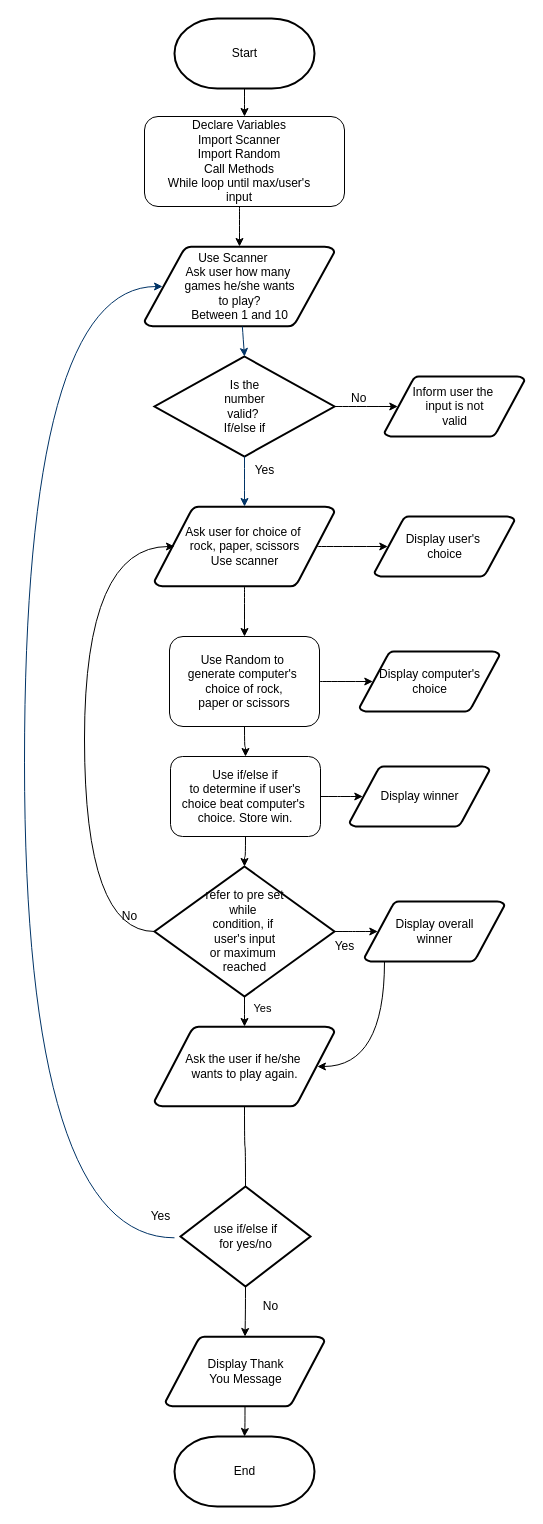
This is FlowChart.drawio from Shamsah-coder/Shamsah-coder, a draw.io file, before an edit. Source tidied: cells renumbered, new cells numbered last; positions are measured from the earlier drawing's top-left corner, leaving out a move shared by most shapes. Both pictures are drawn from the tidied source at 100%, with x=0, y=0 at pixel (24, 18).
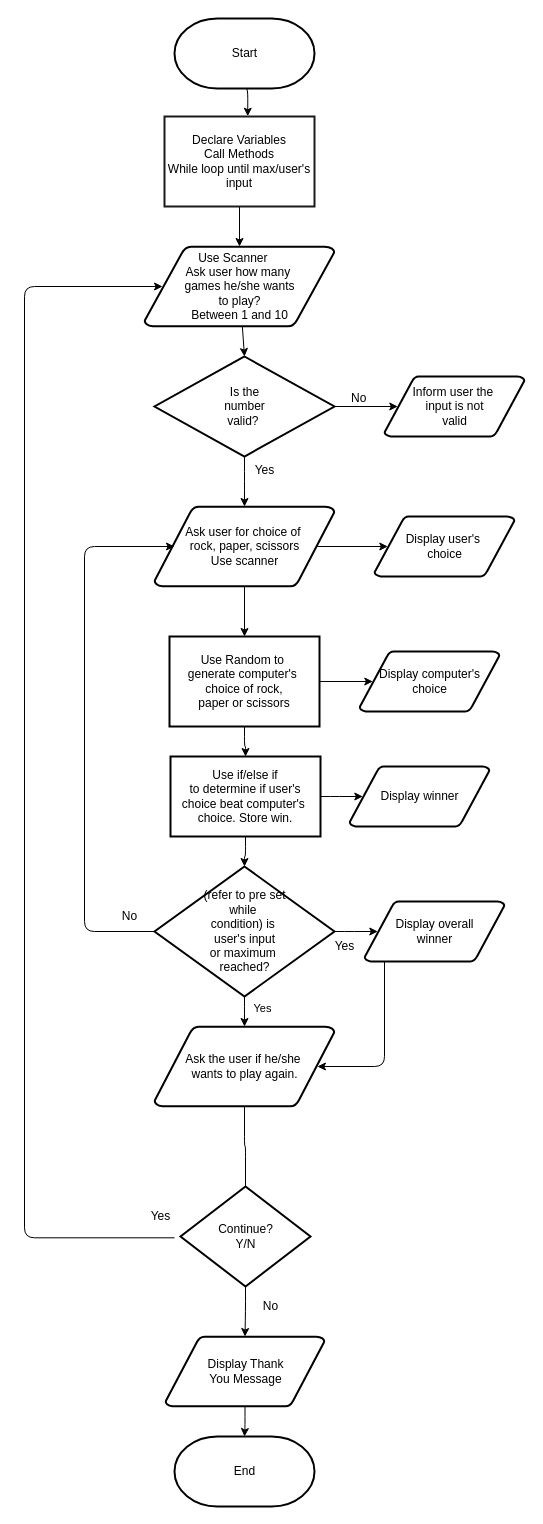
The same page after the edit.

What changed in the source:
```diff
@@
-    <mxCell id="2" style="edgeStyle=orthogonalEdgeStyle;jettySize=auto;html=1;exitX=0.5;exitY=1;exitDx=0;exitDy=0;exitPerimeter=0;curved=1;" parent="1" edge="1" source="3" target="16">
-      <mxGeometry relative="1" as="geometry" />
-    </mxCell>
+    <mxCell id="47" style="edgeStyle=orthogonalEdgeStyle;curved=0;rounded=1;sketch=0;jettySize=auto;html=1;exitX=0.5;exitY=1;exitDx=0;exitDy=0;exitPerimeter=0;entryX=0.555;entryY=-0.003;entryDx=0;entryDy=0;entryPerimeter=0;" parent="1" edge="1" source="3" target="18">
+      <mxGeometry relative="1" as="geometry" />
+    </mxCell>
-    <mxCell id="3" value="Start" style="shape=mxgraph.flowchart.terminator;strokeWidth=2;gradientColor=none;gradientDirection=north;fontStyle=0;html=1;rounded=1;" parent="1" vertex="1">
+    <mxCell id="3" value="Start" style="shape=mxgraph.flowchart.terminator;strokeWidth=2;gradientDirection=north;fontStyle=0;html=1;" parent="1" vertex="1">
       <mxGeometry x="150" width="140" height="70" as="geometry" />
     </mxCell>
-    <mxCell id="4" style="edgeStyle=orthogonalEdgeStyle;jettySize=auto;html=1;curved=1;" parent="1" edge="1" source="6" target="21">
+    <mxCell id="4" style="edgeStyle=orthogonalEdgeStyle;jettySize=auto;html=1;" parent="1" edge="1" source="6" target="21">
       <mxGeometry relative="1" as="geometry" />
     </mxCell>
-    <mxCell id="5" style="edgeStyle=orthogonalEdgeStyle;jettySize=auto;html=1;exitX=0.905;exitY=0.5;exitDx=0;exitDy=0;exitPerimeter=0;entryX=0.095;entryY=0.5;entryDx=0;entryDy=0;entryPerimeter=0;curved=1;" parent="1" edge="1" source="6" target="22">
+    <mxCell id="5" style="edgeStyle=orthogonalEdgeStyle;jettySize=auto;html=1;exitX=0.905;exitY=0.5;exitDx=0;exitDy=0;exitPerimeter=0;entryX=0.095;entryY=0.5;entryDx=0;entryDy=0;entryPerimeter=0;" parent="1" edge="1" source="6" target="22">
       <mxGeometry relative="1" as="geometry" />
     </mxCell>
-    <mxCell id="6" value="Ask user for choice of&amp;nbsp;&lt;br&gt;rock, paper, scissors&lt;br&gt;Use scanner" style="shape=mxgraph.flowchart.data;strokeWidth=2;gradientColor=none;gradientDirection=north;fontStyle=0;html=1;rounded=1;" parent="1" vertex="1">
+    <mxCell id="6" value="Ask user for choice of&amp;nbsp;&lt;br&gt;rock, paper, scissors&lt;br&gt;Use scanner" style="shape=mxgraph.flowchart.data;strokeWidth=2;gradientDirection=north;fontStyle=0;html=1;" parent="1" vertex="1">
       <mxGeometry x="130" y="488" width="180" height="80" as="geometry" />
     </mxCell>
-    <mxCell id="7" value="Use Scanner&amp;nbsp; &amp;nbsp;&amp;nbsp;&lt;br&gt;Ask user how many&amp;nbsp;&lt;br&gt;games he/she wants&lt;br&gt;to play?&lt;br&gt;Between 1 and 10" style="shape=mxgraph.flowchart.data;strokeWidth=2;gradientColor=none;gradientDirection=north;fontStyle=0;html=1;rounded=1;" parent="1" vertex="1">
+    <mxCell id="7" value="Use Scanner&amp;nbsp; &amp;nbsp;&amp;nbsp;&lt;br&gt;Ask user how many&amp;nbsp;&lt;br&gt;games he/she wants&lt;br&gt;to play?&lt;br&gt;Between 1 and 10" style="shape=mxgraph.flowchart.data;strokeWidth=2;gradientDirection=north;fontStyle=0;html=1;" parent="1" vertex="1">
       <mxGeometry x="120" y="228" width="190" height="80" as="geometry" />
     </mxCell>
-    <mxCell id="8" style="edgeStyle=orthogonalEdgeStyle;curved=1;rounded=0;jettySize=auto;html=1;entryX=0.095;entryY=0.5;entryDx=0;entryDy=0;entryPerimeter=0;" parent="1" edge="1" source="9" target="42">
+    <mxCell id="8" style="edgeStyle=orthogonalEdgeStyle;jettySize=auto;html=1;entryX=0.095;entryY=0.5;entryDx=0;entryDy=0;entryPerimeter=0;" parent="1" edge="1" source="9" target="42">
       <mxGeometry relative="1" as="geometry" />
     </mxCell>
-    <mxCell id="9" value="Is the &lt;br&gt;number&lt;br&gt;valid?&amp;nbsp;&lt;br&gt;If/else if" style="shape=mxgraph.flowchart.decision;strokeWidth=2;gradientColor=none;gradientDirection=north;fontStyle=0;html=1;rounded=1;" parent="1" vertex="1">
+    <mxCell id="9" value="Is the &lt;br&gt;number&lt;br&gt;valid?&amp;nbsp;&lt;br&gt;" style="shape=mxgraph.flowchart.decision;strokeWidth=2;gradientDirection=north;fontStyle=0;html=1;" parent="1" vertex="1">
       <mxGeometry x="130" y="338" width="180" height="100" as="geometry" />
     </mxCell>
-    <mxCell id="10" style="entryX=0.5;entryY=0;entryPerimeter=0;fontStyle=1;strokeColor=#003366;strokeWidth=1;html=1;curved=1;" parent="1" edge="1" source="7" target="9">
+    <mxCell id="10" style="entryX=0.5;entryY=0;entryPerimeter=0;fontStyle=1;strokeWidth=1;html=1;" parent="1" edge="1" source="7" target="9">
       <mxGeometry relative="1" as="geometry" />
     </mxCell>
-    <mxCell id="11" value="No" style="text;fontStyle=0;html=1;strokeColor=none;gradientColor=none;fillColor=none;strokeWidth=2;rounded=1;" parent="1" vertex="1">
+    <mxCell id="11" value="No" style="text;fontStyle=0;html=1;strokeColor=none;fillColor=none;strokeWidth=2;" parent="1" vertex="1">
       <mxGeometry x="325" y="366" width="40" height="26" as="geometry" />
     </mxCell>
-    <mxCell id="12" style="edgeStyle=elbowEdgeStyle;elbow=horizontal;fontColor=#001933;fontStyle=1;strokeColor=#003366;strokeWidth=1;html=1;curved=1;" parent="1" edge="1" source="9" target="6">
+    <mxCell id="12" style="edgeStyle=elbowEdgeStyle;elbow=horizontal;fontStyle=1;strokeWidth=1;html=1;" parent="1" edge="1" source="9" target="6">
       <mxGeometry as="geometry" />
     </mxCell>
-    <mxCell id="13" value="Yes" style="text;fontStyle=0;html=1;strokeColor=none;gradientColor=none;fillColor=none;strokeWidth=2;align=center;rounded=1;" parent="1" vertex="1">
+    <mxCell id="13" value="Yes" style="text;fontStyle=0;html=1;strokeColor=none;fillColor=none;strokeWidth=2;align=center;" parent="1" vertex="1">
       <mxGeometry x="220" y="438" width="40" height="26" as="geometry" />
     </mxCell>
-    <mxCell id="14" style="edgeStyle=orthogonalEdgeStyle;curved=1;rounded=0;jettySize=auto;html=1;" parent="1" edge="1" source="44" target="43">
+    <mxCell id="14" style="edgeStyle=orthogonalEdgeStyle;jettySize=auto;html=1;" parent="1" edge="1" source="44" target="43">
       <mxGeometry relative="1" as="geometry" />
     </mxCell>
-    <mxCell id="15" style="edgeStyle=elbowEdgeStyle;elbow=horizontal;entryX=0.095;entryY=0.5;entryPerimeter=0;fontStyle=1;strokeColor=#003366;strokeWidth=1;html=1;curved=1;" parent="1" edge="1" target="7">
+    <mxCell id="15" style="edgeStyle=elbowEdgeStyle;elbow=horizontal;entryX=0.095;entryY=0.5;entryPerimeter=0;fontStyle=1;strokeWidth=1;html=1;" parent="1" edge="1" target="7">
       <mxGeometry as="geometry">
         <mxPoint x="150" y="1219.3" as="sourcePoint" />
         <Array as="points">
           <mxPoint y="728" />
         </Array>
       </mxGeometry>
     </mxCell>
-    <mxCell id="16" style="whiteSpace=wrap;html=1;rounded=1;" parent="1" vertex="1">
-      <mxGeometry x="120" y="98" width="200" height="90" as="geometry" />
-    </mxCell>
-    <mxCell id="17" style="edgeStyle=orthogonalEdgeStyle;jettySize=auto;html=1;curved=1;" parent="1" edge="1" source="18" target="7">
+    <mxCell id="17" style="edgeStyle=orthogonalEdgeStyle;jettySize=auto;html=1;" parent="1" edge="1" source="18" target="7">
       <mxGeometry relative="1" as="geometry" />
     </mxCell>
-    <mxCell id="18" value="Declare Variables&lt;br&gt;Import Scanner&lt;br&gt;Import Random&lt;br&gt;Call Methods&lt;br&gt;While loop until max/user's&lt;br&gt;input" style="text;html=1;strokeColor=none;fillColor=none;align=center;verticalAlign=middle;whiteSpace=wrap;rounded=1;" parent="1" vertex="1">
+    <mxCell id="18" value="Declare Variables&lt;br&gt;Call Methods&lt;br&gt;While loop until max/user's&lt;br&gt;input" style="text;html=1;align=center;verticalAlign=middle;whiteSpace=wrap;strokeWidth=2;strokeColor=#1A1A1A;" parent="1" vertex="1">
       <mxGeometry x="140" y="98" width="150" height="90" as="geometry" />
     </mxCell>
-    <mxCell id="19" style="edgeStyle=orthogonalEdgeStyle;jettySize=auto;html=1;entryX=0.095;entryY=0.5;entryDx=0;entryDy=0;entryPerimeter=0;curved=1;" parent="1" edge="1" source="21" target="23">
+    <mxCell id="19" style="edgeStyle=orthogonalEdgeStyle;jettySize=auto;html=1;entryX=0.095;entryY=0.5;entryDx=0;entryDy=0;entryPerimeter=0;" parent="1" edge="1" source="21" target="23">
       <mxGeometry relative="1" as="geometry" />
     </mxCell>
-    <mxCell id="20" style="edgeStyle=orthogonalEdgeStyle;jettySize=auto;html=1;curved=1;" parent="1" edge="1" source="21" target="26">
+    <mxCell id="20" style="edgeStyle=orthogonalEdgeStyle;jettySize=auto;html=1;" parent="1" edge="1" source="21" target="26">
       <mxGeometry relative="1" as="geometry" />
     </mxCell>
-    <mxCell id="21" value="Use Random to&amp;nbsp;&lt;br&gt;generate computer's&amp;nbsp;&lt;br&gt;choice of rock,&lt;br&gt;paper or scissors" style="whiteSpace=wrap;html=1;rounded=1;" parent="1" vertex="1">
+    <mxCell id="21" value="Use Random to&amp;nbsp;&lt;br&gt;generate computer's&amp;nbsp;&lt;br&gt;choice of rock,&lt;br&gt;paper or scissors" style="whiteSpace=wrap;html=1;strokeWidth=2;" parent="1" vertex="1">
       <mxGeometry x="145" y="618" width="150" height="90" as="geometry" />
     </mxCell>
-    <mxCell id="22" value="Display user's&amp;nbsp;&lt;br&gt;choice" style="shape=mxgraph.flowchart.data;strokeWidth=2;gradientColor=none;gradientDirection=north;fontStyle=0;html=1;rounded=1;" parent="1" vertex="1">
+    <mxCell id="22" value="Display user's&amp;nbsp;&lt;br&gt;choice" style="shape=mxgraph.flowchart.data;strokeWidth=2;gradientDirection=north;fontStyle=0;html=1;" parent="1" vertex="1">
       <mxGeometry x="350" y="498" width="140" height="60" as="geometry" />
     </mxCell>
-    <mxCell id="23" value="Display computer's&lt;br&gt;choice" style="shape=mxgraph.flowchart.data;strokeWidth=2;gradientColor=none;gradientDirection=north;fontStyle=0;html=1;rounded=1;" parent="1" vertex="1">
+    <mxCell id="23" value="Display computer's&lt;br&gt;choice" style="shape=mxgraph.flowchart.data;strokeWidth=2;gradientDirection=north;fontStyle=0;html=1;" parent="1" vertex="1">
       <mxGeometry x="335" y="633" width="140" height="60" as="geometry" />
     </mxCell>
-    <mxCell id="24" style="edgeStyle=orthogonalEdgeStyle;jettySize=auto;html=1;entryX=0.095;entryY=0.5;entryDx=0;entryDy=0;entryPerimeter=0;curved=1;" parent="1" edge="1" source="26" target="27">
+    <mxCell id="24" style="edgeStyle=orthogonalEdgeStyle;jettySize=auto;html=1;entryX=0.095;entryY=0.5;entryDx=0;entryDy=0;entryPerimeter=0;" parent="1" edge="1" source="26" target="27">
       <mxGeometry relative="1" as="geometry" />
     </mxCell>
-    <mxCell id="25" style="edgeStyle=orthogonalEdgeStyle;jettySize=auto;html=1;curved=1;" parent="1" edge="1" source="26" target="32">
+    <mxCell id="25" style="edgeStyle=orthogonalEdgeStyle;jettySize=auto;html=1;" parent="1" edge="1" source="26" target="32">
       <mxGeometry relative="1" as="geometry" />
     </mxCell>
-    <mxCell id="26" value="Use if/else if&lt;br&gt;to determine if user's&lt;br&gt;choice beat computer's&amp;nbsp;&lt;br&gt;choice. Store win." style="whiteSpace=wrap;html=1;rounded=1;" parent="1" vertex="1">
+    <mxCell id="26" value="Use if/else if&lt;br&gt;to determine if user's&lt;br&gt;choice beat computer's&amp;nbsp;&lt;br&gt;choice. Store win." style="whiteSpace=wrap;html=1;strokeWidth=2;" parent="1" vertex="1">
       <mxGeometry x="146" y="738" width="150" height="80" as="geometry" />
     </mxCell>
-    <mxCell id="27" value="Display winner" style="shape=mxgraph.flowchart.data;strokeWidth=2;gradientColor=none;gradientDirection=north;fontStyle=0;html=1;rounded=1;" parent="1" vertex="1">
+    <mxCell id="27" value="Display winner" style="shape=mxgraph.flowchart.data;strokeWidth=2;gradientDirection=north;fontStyle=0;html=1;" parent="1" vertex="1">
       <mxGeometry x="325" y="748" width="140" height="60" as="geometry" />
     </mxCell>
-    <mxCell id="28" style="edgeStyle=orthogonalEdgeStyle;jettySize=auto;html=1;curved=1;" parent="1" edge="1" source="32">
+    <mxCell id="28" style="edgeStyle=orthogonalEdgeStyle;jettySize=auto;html=1;" parent="1" edge="1" source="32">
       <mxGeometry relative="1" as="geometry">
         <mxPoint x="150" y="528" as="targetPoint" />
         <Array as="points">
           <mxPoint x="60" y="913" />
           <mxPoint x="60" y="528" />
         </Array>
       </mxGeometry>
     </mxCell>
-    <mxCell id="29" style="edgeStyle=orthogonalEdgeStyle;jettySize=auto;html=1;curved=1;" parent="1" edge="1" source="32" target="34">
+    <mxCell id="29" style="edgeStyle=orthogonalEdgeStyle;jettySize=auto;html=1;" parent="1" edge="1" source="32" target="34">
       <mxGeometry relative="1" as="geometry" />
     </mxCell>
-    <mxCell id="30" value="Yes" style="edgeLabel;html=1;align=center;verticalAlign=middle;rounded=1;" parent="29" vertex="1">
+    <mxCell id="30" value="Yes" style="edgeLabel;html=1;align=center;verticalAlign=middle;" parent="29" vertex="1">
       <mxGeometry x="0.24" y="17" relative="1" as="geometry" />
     </mxCell>
-    <mxCell id="31" style="edgeStyle=orthogonalEdgeStyle;jettySize=auto;html=1;entryX=0.095;entryY=0.5;entryDx=0;entryDy=0;entryPerimeter=0;curved=1;" parent="1" edge="1" source="32" target="36">
+    <mxCell id="31" style="edgeStyle=orthogonalEdgeStyle;jettySize=auto;html=1;entryX=0.095;entryY=0.5;entryDx=0;entryDy=0;entryPerimeter=0;" parent="1" edge="1" source="32" target="36">
       <mxGeometry relative="1" as="geometry" />
     </mxCell>
-    <mxCell id="32" value="refer to pre set &lt;br&gt;while&amp;nbsp;&lt;br&gt;condition, if&amp;nbsp;&lt;br&gt;user's input&lt;br&gt;or maximum&amp;nbsp;&lt;br&gt;reached" style="shape=mxgraph.flowchart.decision;strokeWidth=2;gradientColor=none;gradientDirection=north;fontStyle=0;html=1;rounded=1;" parent="1" vertex="1">
+    <mxCell id="32" value="(refer to pre set &lt;br&gt;while&amp;nbsp;&lt;br&gt;condition) is&amp;nbsp;&lt;br&gt;user's input&lt;br&gt;or maximum&amp;nbsp;&lt;br&gt;reached?" style="shape=mxgraph.flowchart.decision;strokeWidth=2;gradientDirection=north;fontStyle=0;html=1;" parent="1" vertex="1">
       <mxGeometry x="130" y="848" width="180" height="130" as="geometry" />
     </mxCell>
-    <mxCell id="33" value="No" style="text;html=1;align=center;verticalAlign=middle;strokeColor=none;rounded=1;" parent="1" vertex="1">
+    <mxCell id="33" value="No" style="text;html=1;align=center;verticalAlign=middle;strokeColor=none;" parent="1" vertex="1">
       <mxGeometry x="90" y="888" width="30" height="20" as="geometry" />
     </mxCell>
-    <mxCell id="34" value="Ask the user if he/she&amp;nbsp;&lt;br&gt;wants to play again.&lt;br&gt;" style="shape=mxgraph.flowchart.data;strokeWidth=2;gradientColor=none;gradientDirection=north;fontStyle=0;html=1;rounded=1;" parent="1" vertex="1">
+    <mxCell id="34" value="Ask the user if he/she&amp;nbsp;&lt;br&gt;wants to play again.&lt;br&gt;" style="shape=mxgraph.flowchart.data;strokeWidth=2;gradientDirection=north;fontStyle=0;html=1;" parent="1" vertex="1">
       <mxGeometry x="130" y="1008" width="180" height="80" as="geometry" />
     </mxCell>
-    <mxCell id="35" style="edgeStyle=orthogonalEdgeStyle;jettySize=auto;html=1;curved=1;entryX=0.905;entryY=0.5;entryDx=0;entryDy=0;entryPerimeter=0;" parent="1" edge="1" source="36" target="34">
+    <mxCell id="35" style="edgeStyle=orthogonalEdgeStyle;jettySize=auto;html=1;entryX=0.905;entryY=0.5;entryDx=0;entryDy=0;entryPerimeter=0;" parent="1" edge="1" source="36" target="34">
       <mxGeometry relative="1" as="geometry">
         <Array as="points">
           <mxPoint x="360" y="1048" />
         </Array>
       </mxGeometry>
     </mxCell>
-    <mxCell id="36" value="Display overall&lt;br&gt;winner" style="shape=mxgraph.flowchart.data;strokeWidth=2;gradientColor=none;gradientDirection=north;fontStyle=0;html=1;rounded=1;" parent="1" vertex="1">
+    <mxCell id="36" value="Display overall&lt;br&gt;winner" style="shape=mxgraph.flowchart.data;strokeWidth=2;gradientDirection=north;fontStyle=0;html=1;" parent="1" vertex="1">
       <mxGeometry x="340" y="883" width="140" height="60" as="geometry" />
     </mxCell>
-    <mxCell id="37" value="Yes" style="text;html=1;align=center;verticalAlign=middle;strokeColor=none;rounded=1;" parent="1" vertex="1">
+    <mxCell id="37" value="Yes" style="text;html=1;align=center;verticalAlign=middle;strokeColor=none;" parent="1" vertex="1">
       <mxGeometry x="300" y="918" width="40" height="20" as="geometry" />
     </mxCell>
-    <mxCell id="38" style="edgeStyle=orthogonalEdgeStyle;curved=1;rounded=0;jettySize=auto;html=1;" parent="1" edge="1" source="43" target="41">
+    <mxCell id="38" style="edgeStyle=orthogonalEdgeStyle;jettySize=auto;html=1;" parent="1" edge="1" source="43" target="41">
       <mxGeometry relative="1" as="geometry" />
     </mxCell>
@@
-    <mxCell id="41" value="End" style="shape=mxgraph.flowchart.terminator;strokeWidth=2;gradientColor=none;gradientDirection=north;fontStyle=0;html=1;rounded=1;" parent="1" vertex="1">
+    <mxCell id="41" value="End" style="shape=mxgraph.flowchart.terminator;strokeWidth=2;gradientDirection=north;fontStyle=0;html=1;" parent="1" vertex="1">
       <mxGeometry x="150" y="1418" width="140" height="70" as="geometry" />
     </mxCell>
-    <mxCell id="42" value="Inform user the&amp;nbsp;&lt;br&gt;input is not&lt;br&gt;valid" style="shape=mxgraph.flowchart.data;strokeWidth=2;gradientColor=none;gradientDirection=north;fontStyle=0;html=1;rounded=1;" parent="1" vertex="1">
+    <mxCell id="42" value="Inform user the&amp;nbsp;&lt;br&gt;input is not&lt;br&gt;valid" style="shape=mxgraph.flowchart.data;strokeWidth=2;gradientDirection=north;fontStyle=0;html=1;" parent="1" vertex="1">
       <mxGeometry x="360" y="358" width="140" height="60" as="geometry" />
     </mxCell>
-    <mxCell id="43" value="Display Thank&lt;br&gt;You Message" style="shape=mxgraph.flowchart.data;strokeWidth=2;gradientColor=none;gradientDirection=north;fontStyle=0;html=1;rounded=1;" parent="1" vertex="1">
+    <mxCell id="43" value="Display Thank&lt;br&gt;You Message" style="shape=mxgraph.flowchart.data;strokeWidth=2;gradientDirection=north;fontStyle=0;html=1;" parent="1" vertex="1">
       <mxGeometry x="141" y="1318" width="159" height="70" as="geometry" />
     </mxCell>
-    <mxCell id="44" value="use if/else if&lt;br&gt;for yes/no" style="shape=mxgraph.flowchart.decision;strokeWidth=2;gradientColor=none;gradientDirection=north;fontStyle=0;html=1;rounded=1;" parent="1" vertex="1">
+    <mxCell id="44" value="Continue?&lt;br&gt;Y/N" style="shape=mxgraph.flowchart.decision;strokeWidth=2;gradientDirection=north;fontStyle=0;html=1;" parent="1" vertex="1">
       <mxGeometry x="156" y="1168" width="130" height="100" as="geometry" />
     </mxCell>
-    <mxCell id="45" style="edgeStyle=orthogonalEdgeStyle;curved=1;rounded=0;jettySize=auto;html=1;endArrow=none;" parent="1" edge="1" source="34" target="44">
+    <mxCell id="45" style="edgeStyle=orthogonalEdgeStyle;jettySize=auto;html=1;endArrow=none;" parent="1" edge="1" source="34" target="44">
       <mxGeometry relative="1" as="geometry" />
     </mxCell>
```
